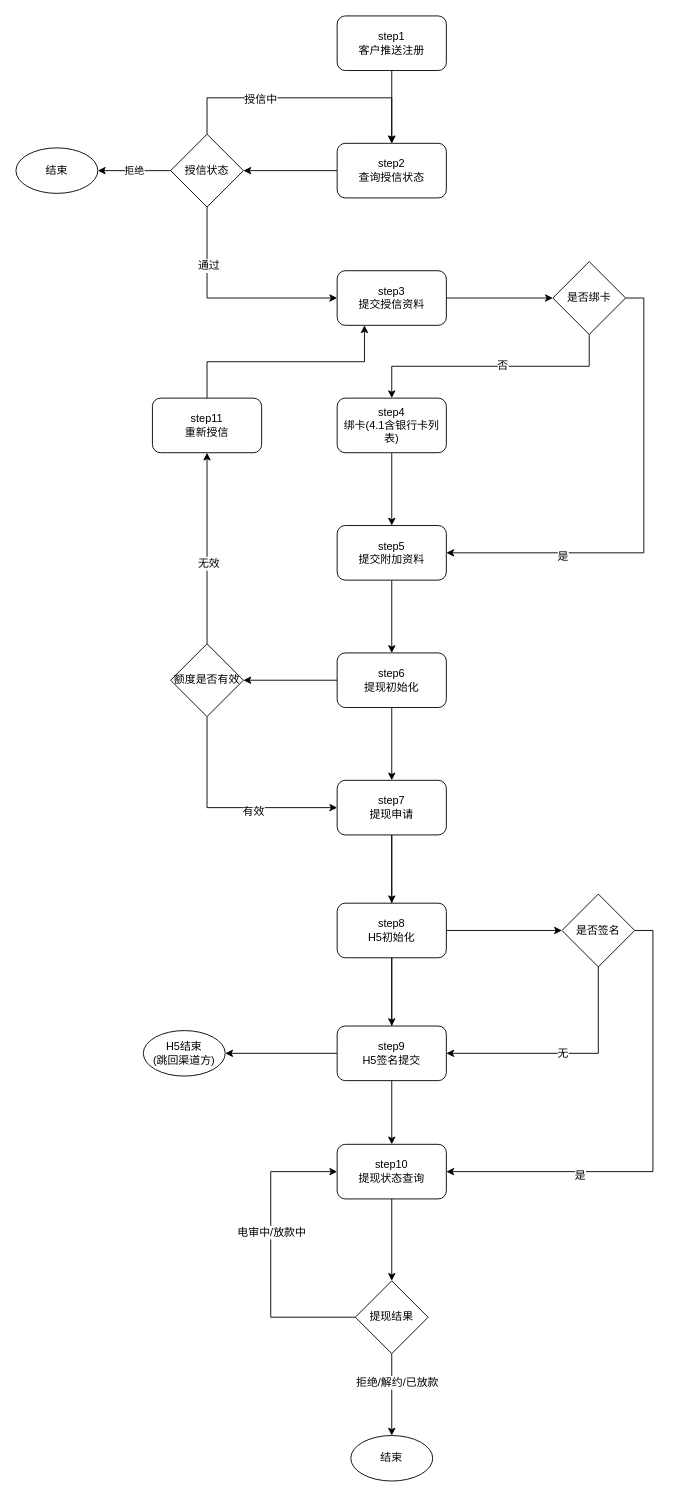
This is 渠道对接API调用顺序.drawio from lixyu/draw, a draw.io file, before an edit. Source tidied: cells renumbered, new cells numbered last; positions are measured from the earlier drawing's top-left corner, leaving out a move shared by most shapes. Both pictures are drawn from the tidied source at 91%, with x=0, y=0 at pixel (15, 15).
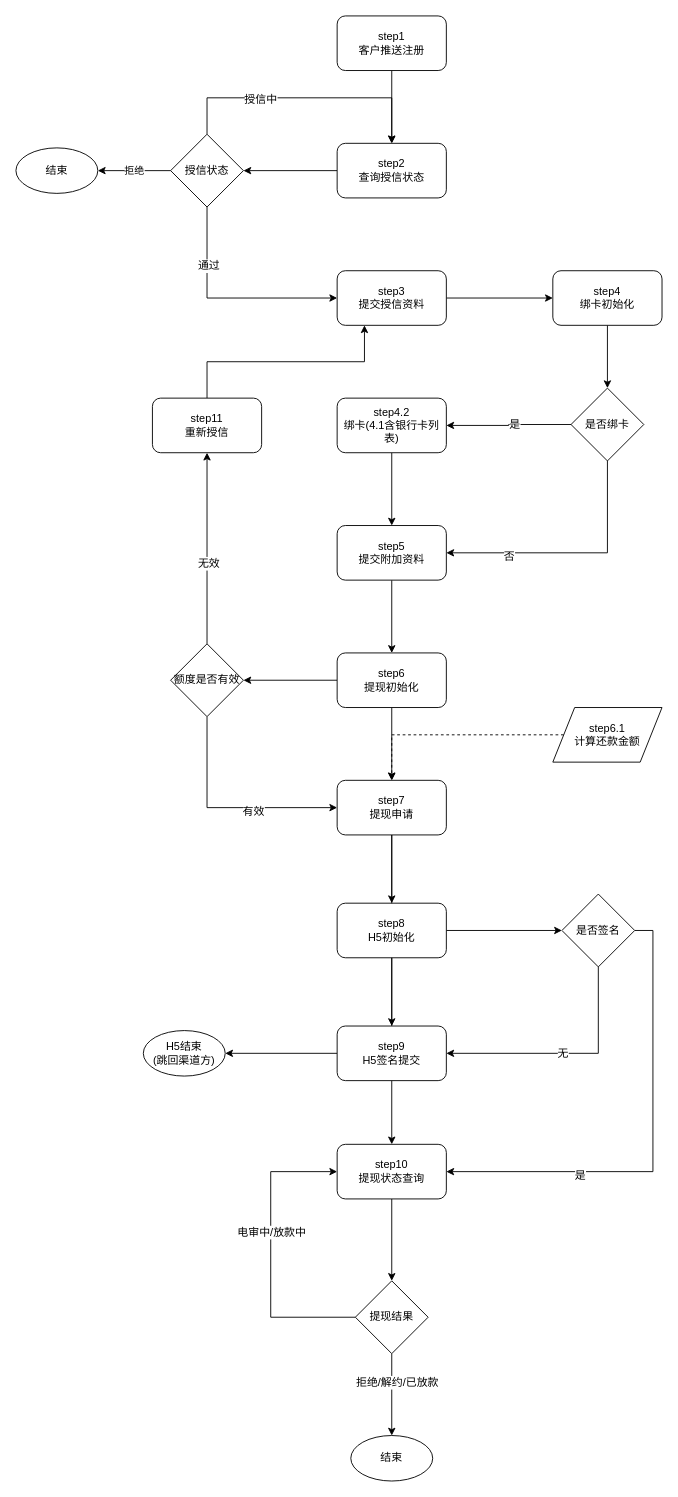
Above is the later version.

Commit message:
Update 渠道对接API调用顺序.drawio

Unchanged cells that the change refers to:
```xml
<mxCell id="7" value="step3&lt;br&gt;提交授信资料&lt;br&gt;" style="rounded=1;whiteSpace=wrap;html=1;" parent="1" vertex="1">
  <mxGeometry x="353" y="280" width="120" height="60" as="geometry" />
</mxCell>
<mxCell id="13" value="step5&lt;br&gt;提交附加资料&lt;br&gt;" style="rounded=1;whiteSpace=wrap;html=1;" parent="1" vertex="1">
  <mxGeometry x="353" y="560" width="120" height="60" as="geometry" />
</mxCell>
<mxCell id="19" value="step7&lt;br&gt;提现申请&lt;br&gt;" style="rounded=1;whiteSpace=wrap;html=1;" parent="1" vertex="1">
  <mxGeometry x="353" y="840" width="120" height="60" as="geometry" />
</mxCell>
```

Change to the diagram source:
```diff
@@
-    <mxCell id="6" style="edgeStyle=orthogonalEdgeStyle;rounded=0;jettySize=auto;html=1;exitX=1;exitY=0.5;exitDx=0;exitDy=0;entryX=0;entryY=0.5;entryDx=0;entryDy=0;" parent="1" edge="1" source="7" target="38">
+    <mxCell id="6" style="edgeStyle=orthogonalEdgeStyle;rounded=0;jettySize=auto;html=1;exitX=1;exitY=0.5;exitDx=0;exitDy=0;entryX=0;entryY=0.5;entryDx=0;entryDy=0;" parent="1" edge="1" source="7" target="57">
       <mxGeometry relative="1" as="geometry" />
     </mxCell>
@@
-    <mxCell id="9" value="step4&lt;br&gt;绑卡(4.1含银行卡列表)&lt;br&gt;" style="rounded=1;whiteSpace=wrap;html=1;" parent="1" vertex="1">
+    <mxCell id="9" value="step4.2&lt;br&gt;绑卡(4.1含银行卡列表)&lt;br&gt;" style="rounded=1;whiteSpace=wrap;html=1;" parent="1" vertex="1">
       <mxGeometry x="353" y="420" width="120" height="60" as="geometry" />
     </mxCell>
@@
-    <mxCell id="34" style="edgeStyle=orthogonalEdgeStyle;rounded=0;jettySize=auto;html=1;exitX=0.5;exitY=1;exitDx=0;exitDy=0;entryX=0.5;entryY=0;entryDx=0;entryDy=0;" parent="1" edge="1" source="38" target="9">
+    <mxCell id="34" style="edgeStyle=orthogonalEdgeStyle;rounded=0;jettySize=auto;html=1;exitX=0;exitY=0.5;exitDx=0;exitDy=0;entryX=1;entryY=0.5;entryDx=0;entryDy=0;" parent="1" edge="1" source="38" target="9">
       <mxGeometry relative="1" as="geometry" />
     </mxCell>
-    <mxCell id="35" value="否" style="text;html=1;align=center;verticalAlign=middle;labelBackgroundColor=#ffffff;" parent="34" vertex="1">
+    <mxCell id="35" value="是" style="text;html=1;align=center;verticalAlign=middle;labelBackgroundColor=#ffffff;" parent="34" vertex="1">
       <mxGeometry x="-0.09" y="-1" relative="1" as="geometry" />
     </mxCell>
-    <mxCell id="36" style="edgeStyle=orthogonalEdgeStyle;rounded=0;jettySize=auto;html=1;exitX=1;exitY=0.5;exitDx=0;exitDy=0;entryX=1;entryY=0.5;entryDx=0;entryDy=0;" parent="1" edge="1" source="38" target="13">
+    <mxCell id="36" style="edgeStyle=orthogonalEdgeStyle;rounded=0;jettySize=auto;html=1;exitX=0.5;exitY=1;exitDx=0;exitDy=0;entryX=1;entryY=0.5;entryDx=0;entryDy=0;" parent="1" edge="1" source="38" target="13">
       <mxGeometry relative="1" as="geometry" />
     </mxCell>
-    <mxCell id="37" value="是" style="text;html=1;align=center;verticalAlign=middle;labelBackgroundColor=#ffffff;" parent="36" vertex="1">
+    <mxCell id="37" value="否" style="text;html=1;align=center;verticalAlign=middle;labelBackgroundColor=#ffffff;" parent="36" vertex="1">
       <mxGeometry x="0.51" y="3" relative="1" as="geometry" />
     </mxCell>
     <mxCell id="38" value="是否绑卡" style="rhombus;whiteSpace=wrap;html=1;" parent="1" vertex="1">
-      <mxGeometry x="590" y="270" width="80" height="80" as="geometry" />
+      <mxGeometry x="610" y="409" width="80" height="80" as="geometry" />
     </mxCell>
@@
+    <mxCell id="56" style="edgeStyle=orthogonalEdgeStyle;rounded=0;jettySize=auto;html=1;exitX=0.5;exitY=1;exitDx=0;exitDy=0;" parent="1" edge="1" source="57" target="38">
+      <mxGeometry relative="1" as="geometry" />
+    </mxCell>
+    <mxCell id="57" value="step4&lt;br&gt;绑卡初始化" style="rounded=1;whiteSpace=wrap;html=1;" parent="1" vertex="1">
+      <mxGeometry x="590" y="280" width="120" height="60" as="geometry" />
+    </mxCell>
+    <mxCell id="58" style="edgeStyle=orthogonalEdgeStyle;rounded=0;jettySize=auto;html=1;exitX=0;exitY=0.5;exitDx=0;exitDy=0;entryX=0.5;entryY=0;entryDx=0;entryDy=0;dashed=1;" parent="1" edge="1" source="59" target="19">
+      <mxGeometry relative="1" as="geometry" />
+    </mxCell>
+    <mxCell id="59" value="step6.1&lt;br&gt;计算还款金额&lt;br&gt;" style="shape=parallelogram;perimeter=parallelogramPerimeter;whiteSpace=wrap;html=1;" parent="1" vertex="1">
+      <mxGeometry x="590" y="760" width="120" height="60" as="geometry" />
+    </mxCell>
```
